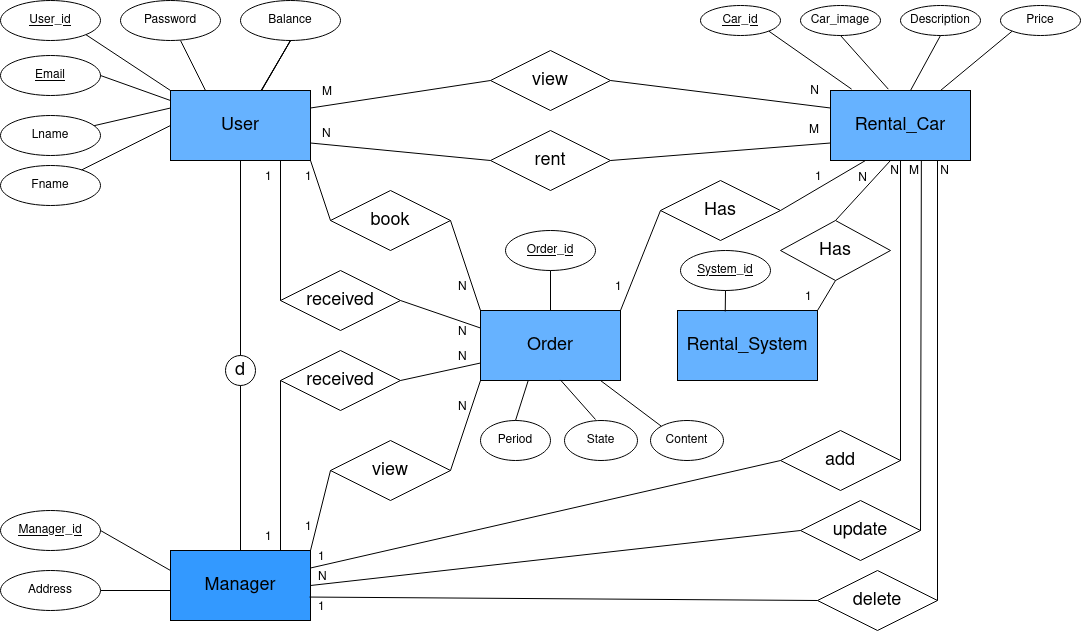
Above: images/er_diagram.png in jnsltk/gocargo (draw.io), before the change. Source tidied: cells renumbered, new cells last; positions are measured from the earlier drawing's top-left corner, leaving out a move shared by most shapes.
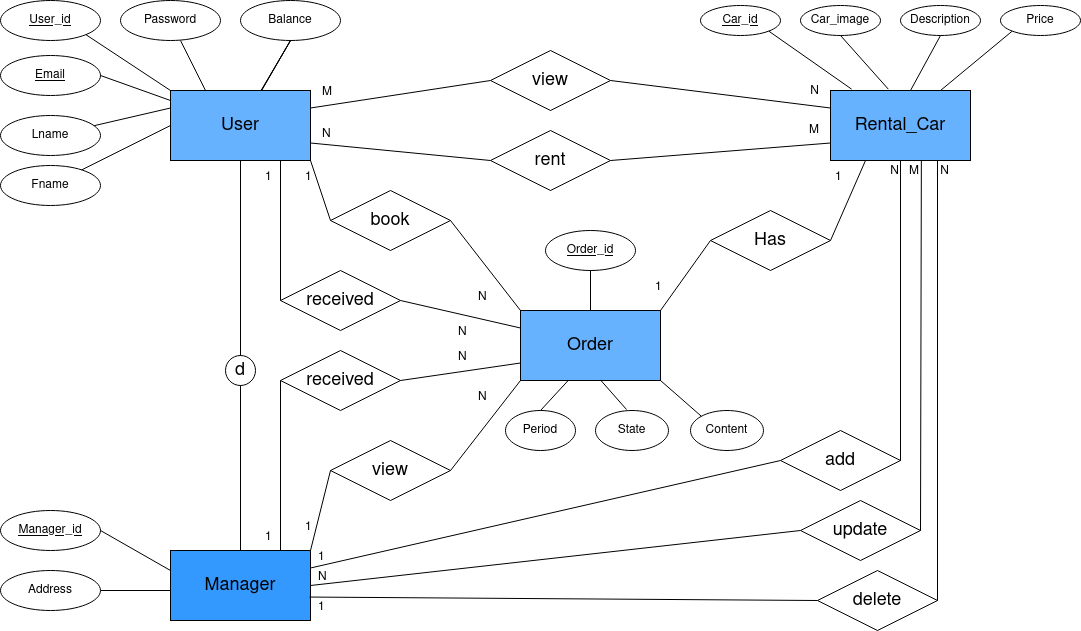
The same file after the commit.

Change to the diagram source:
```diff
@@ -21,7 +21,7 @@
       <mxGeometry relative="1" as="geometry" />
     </mxCell>
     <mxCell id="8" value="&lt;font style=&quot;font-size: 18px;&quot;&gt;Order&lt;/font&gt;" style="whiteSpace=wrap;html=1;align=center;fillColor=#66B2FF;" parent="1" vertex="1">
-      <mxGeometry x="480" y="310" width="140" height="70" as="geometry" />
+      <mxGeometry x="520" y="310" width="140" height="70" as="geometry" />
     </mxCell>
     <mxCell id="9" value="Car_id" style="ellipse;whiteSpace=wrap;html=1;align=center;fontStyle=4;" parent="1" vertex="1">
       <mxGeometry x="700" y="5" width="80" height="30" as="geometry" />
@@ -33,10 +33,10 @@
       <mxGeometry x="1000" y="5" width="80" height="30" as="geometry" />
     </mxCell>
     <mxCell id="12" value="&lt;div&gt;&lt;u&gt;Order_id&lt;/u&gt;&lt;/div&gt;" style="ellipse;whiteSpace=wrap;html=1;align=center;" parent="1" vertex="1">
-      <mxGeometry x="505" y="230" width="90" height="40" as="geometry" />
+      <mxGeometry x="545" y="230" width="90" height="40" as="geometry" />
     </mxCell>
     <mxCell id="13" value="Period" style="ellipse;whiteSpace=wrap;html=1;align=center;" parent="1" vertex="1">
-      <mxGeometry x="480" y="420" width="70" height="40" as="geometry" />
+      <mxGeometry x="505" y="410" width="70" height="40" as="geometry" />
     </mxCell>
     <mxCell id="14" value="Lname" style="ellipse;whiteSpace=wrap;html=1;align=center;" parent="1" vertex="1">
       <mxGeometry y="115" width="100" height="40" as="geometry" />
@@ -178,7 +178,7 @@
       <mxGeometry relative="1" as="geometry" />
     </mxCell>
     <mxCell id="53" value="&lt;font style=&quot;font-size: 18px;&quot;&gt;Has&lt;/font&gt;" style="shape=rhombus;perimeter=rhombusPerimeter;whiteSpace=wrap;html=1;align=center;" parent="1" vertex="1">
-      <mxGeometry x="660" y="180" width="120" height="60" as="geometry" />
+      <mxGeometry x="710" y="210" width="120" height="60" as="geometry" />
     </mxCell>
     <mxCell id="54" value="&lt;u&gt;Manager_id&lt;/u&gt;" style="ellipse;whiteSpace=wrap;html=1;align=center;" parent="1" vertex="1">
       <mxGeometry y="510" width="100" height="40" as="geometry" />
@@ -240,12 +240,12 @@
       <mxGeometry relative="1" as="geometry" />
     </mxCell>
     <mxCell id="69" value="1" style="html=1;whiteSpace=wrap;align=left;verticalAlign=bottom;" parent="1" vertex="1">
-      <mxGeometry x="660" y="220" as="geometry">
+      <mxGeometry x="700" y="220" as="geometry">
         <mxPoint x="-47" y="76" as="offset" />
       </mxGeometry>
     </mxCell>
     <mxCell id="70" value="1" style="html=1;whiteSpace=wrap;align=left;verticalAlign=bottom;" parent="1" vertex="1">
-      <mxGeometry x="860" y="110" as="geometry">
+      <mxGeometry x="880" y="110" as="geometry">
         <mxPoint x="-47" y="76" as="offset" />
       </mxGeometry>
     </mxCell>
@@ -277,10 +277,9 @@
     <mxCell id="78" style="endArrow=none;html=1;rounded=0;entryX=0;entryY=0.5;entryDx=0;entryDy=0;exitX=1;exitY=0;exitDx=0;exitDy=0;" parent="1" edge="1" source="6" target="76">
       <mxGeometry relative="1" as="geometry" />
     </mxCell>
-    <mxCell id="79" style="endArrow=none;html=1;rounded=0;" parent="1" edge="1">
+    <mxCell id="79" style="endArrow=none;html=1;rounded=0;entryX=0;entryY=0;entryDx=0;entryDy=0;" parent="1" edge="1" target="8">
       <mxGeometry relative="1" as="geometry">
         <mxPoint x="450" y="220" as="sourcePoint" />
-        <mxPoint x="480" y="310" as="targetPoint" />
       </mxGeometry>
     </mxCell>
     <mxCell id="80" style="endArrow=none;html=1;rounded=0;exitX=1;exitY=1;exitDx=0;exitDy=0;entryX=0;entryY=0.5;entryDx=0;entryDy=0;" parent="1" edge="1" source="2" target="75">
@@ -297,12 +296,12 @@
       </mxGeometry>
     </mxCell>
     <mxCell id="83" value="N" style="html=1;whiteSpace=wrap;align=left;verticalAlign=bottom;" parent="1" vertex="1">
-      <mxGeometry x="450" y="310" as="geometry">
+      <mxGeometry x="470" y="320" as="geometry">
         <mxPoint x="6" y="-14" as="offset" />
       </mxGeometry>
     </mxCell>
     <mxCell id="84" value="N" style="html=1;whiteSpace=wrap;align=left;verticalAlign=bottom;" parent="1" vertex="1">
-      <mxGeometry x="450" y="430" as="geometry">
+      <mxGeometry x="470" y="420" as="geometry">
         <mxPoint x="6" y="-14" as="offset" />
       </mxGeometry>
     </mxCell>
@@ -330,49 +329,17 @@
     <mxCell id="90" value="N" style="html=1;whiteSpace=wrap;align=right;verticalAlign=bottom;" parent="1" vertex="1">
       <mxGeometry x="950" y="180" as="geometry" />
     </mxCell>
-    <mxCell id="91" value="&lt;font style=&quot;font-size: 18px;&quot;&gt;Rental_System&lt;/font&gt;" style="whiteSpace=wrap;html=1;align=center;fillColor=#66B2FF;" parent="1" vertex="1">
-      <mxGeometry x="677" y="310" width="140" height="70" as="geometry" />
-    </mxCell>
-    <mxCell id="92" value="&lt;font style=&quot;font-size: 18px;&quot;&gt;Has&lt;/font&gt;" style="shape=rhombus;perimeter=rhombusPerimeter;whiteSpace=wrap;html=1;align=center;" parent="1" vertex="1">
-      <mxGeometry x="780" y="220" width="110" height="60" as="geometry" />
-    </mxCell>
-    <mxCell id="93" style="rounded=0;jettySize=auto;html=1;exitX=0.5;exitY=0;exitDx=0;exitDy=0;endArrow=none;endFill=0;" parent="1" edge="1" source="92">
-      <mxGeometry relative="1" as="geometry">
-        <mxPoint x="890" y="160" as="targetPoint" />
-      </mxGeometry>
-    </mxCell>
-    <mxCell id="94" style="rounded=0;jettySize=auto;html=1;exitX=1;exitY=0;exitDx=0;exitDy=0;endArrow=none;endFill=0;entryX=0.5;entryY=1;entryDx=0;entryDy=0;" parent="1" edge="1" source="91" target="92">
-      <mxGeometry relative="1" as="geometry" />
-    </mxCell>
-    <mxCell id="95" value="1" style="html=1;whiteSpace=wrap;align=left;verticalAlign=bottom;" parent="1" vertex="1">
-      <mxGeometry x="850" y="230" as="geometry">
-        <mxPoint x="-47" y="76" as="offset" />
-      </mxGeometry>
-    </mxCell>
-    <mxCell id="96" value="N" style="html=1;whiteSpace=wrap;align=right;verticalAlign=bottom;" parent="1" vertex="1">
-      <mxGeometry x="835" y="90" as="geometry">
-        <mxPoint x="33" y="97" as="offset" />
-      </mxGeometry>
-    </mxCell>
     <mxCell id="97" value="State" style="ellipse;whiteSpace=wrap;html=1;align=center;" parent="1" vertex="1">
-      <mxGeometry x="564" y="420" width="73" height="40" as="geometry" />
+      <mxGeometry x="595" y="410" width="73" height="40" as="geometry" />
     </mxCell>
     <mxCell id="98" value="Content" style="ellipse;whiteSpace=wrap;html=1;align=center;" parent="1" vertex="1">
-      <mxGeometry x="650" y="420" width="73" height="40" as="geometry" />
+      <mxGeometry x="690" y="410" width="73" height="40" as="geometry" />
     </mxCell>
     <mxCell id="99" style="endArrow=none;html=1;rounded=0;entryX=0.425;entryY=-0.025;entryDx=0;entryDy=0;exitX=0.571;exitY=0.992;exitDx=0;exitDy=0;exitPerimeter=0;entryPerimeter=0;" parent="1" edge="1" source="8" target="97">
       <mxGeometry relative="1" as="geometry" />
     </mxCell>
-    <mxCell id="100" style="endArrow=none;html=1;rounded=0;entryX=0;entryY=0;entryDx=0;entryDy=0;" parent="1" edge="1" target="98">
-      <mxGeometry relative="1" as="geometry">
-        <mxPoint x="600" y="380" as="sourcePoint" />
-      </mxGeometry>
+    <mxCell id="100" style="endArrow=none;html=1;rounded=0;entryX=0;entryY=0;entryDx=0;entryDy=0;exitX=1;exitY=1;exitDx=0;exitDy=0;" parent="1" edge="1" source="8" target="98">
+      <mxGeometry relative="1" as="geometry" />
     </mxCell>
-    <mxCell id="101" value="&lt;div&gt;&lt;u&gt;System_id&lt;/u&gt;&lt;/div&gt;" style="ellipse;whiteSpace=wrap;html=1;align=center;" parent="1" vertex="1">
-      <mxGeometry x="680" y="250" width="90" height="40" as="geometry" />
-    </mxCell>
-    <mxCell id="102" style="endArrow=none;html=1;rounded=0;exitX=0.5;exitY=1;exitDx=0;exitDy=0;entryX=0.341;entryY=0.014;entryDx=0;entryDy=0;entryPerimeter=0;" parent="1" edge="1" source="101" target="91">
-      <mxGeometry relative="1" as="geometry" />
-    </mxCell>
   </root>
 </mxGraphModel>
```
